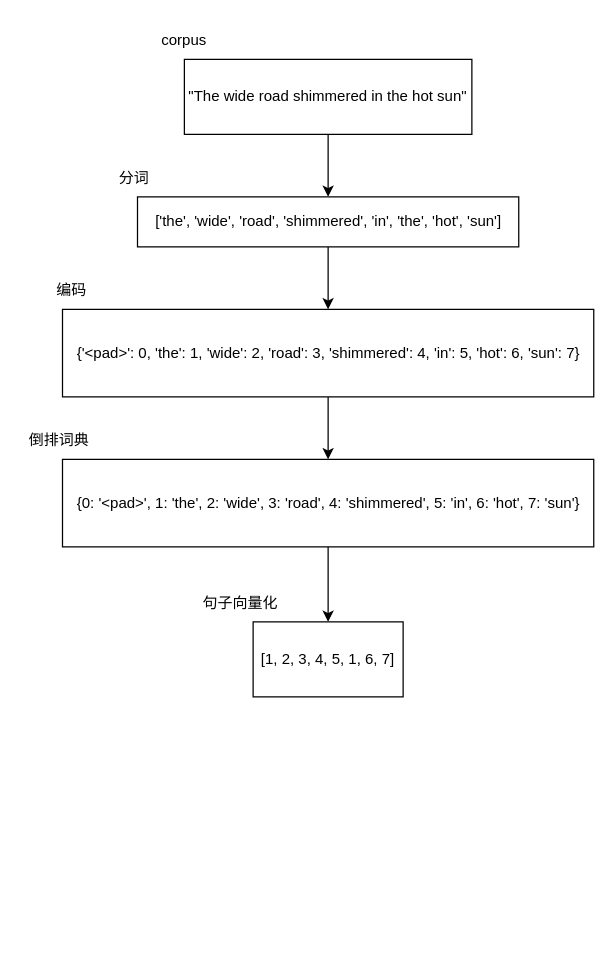
TzeSing/draw_io keeps this draw.io diagram as skipgram.drawio. Above is the earlier version. Source tidied: cells renumbered, new cells numbered last; positions are measured from the earlier drawing's top-left corner, leaving out a move shared by most shapes. Both pictures are drawn from the tidied source at 125%, with x=0, y=0 at pixel (21, 21).
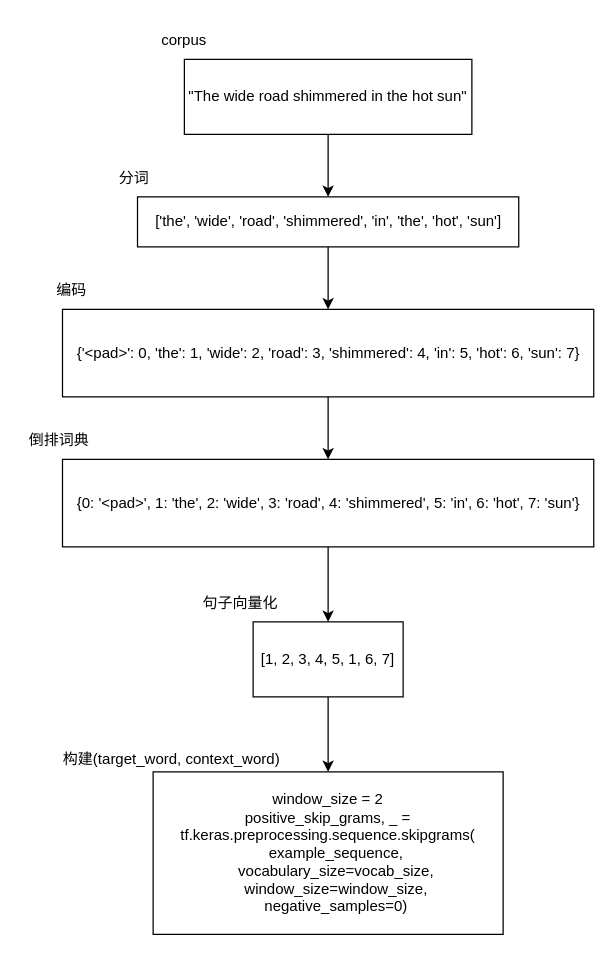
After the change.

Diff of the diagram source:
```diff
@@
 <mxGraphModel>
   <root>
     <mxCell id="0" />
     <mxCell id="1" parent="0" />
     <mxCell id="2" style="edgeStyle=orthogonalEdgeStyle;rounded=0;jettySize=auto;html=1;exitX=0.5;exitY=1;exitDx=0;exitDy=0;" parent="1" edge="1" source="3" target="6">
       <mxGeometry relative="1" as="geometry" />
     </mxCell>
     <mxCell id="3" value="&quot;The wide road shimmered in the hot sun&quot;" style="rounded=0;whiteSpace=wrap;html=1;" parent="1" vertex="1">
       <mxGeometry x="130" y="30" width="230" height="60" as="geometry" />
     </mxCell>
     <mxCell id="4" value="corpus" style="text;html=1;strokeColor=none;fillColor=none;align=center;verticalAlign=middle;whiteSpace=wrap;rounded=0;" parent="1" vertex="1">
       <mxGeometry x="100" width="60" height="30" as="geometry" />
     </mxCell>
     <mxCell id="5" style="edgeStyle=orthogonalEdgeStyle;rounded=0;jettySize=auto;html=1;exitX=0.5;exitY=1;exitDx=0;exitDy=0;" parent="1" edge="1" source="6" target="9">
       <mxGeometry relative="1" as="geometry" />
     </mxCell>
     <mxCell id="6" value="['the', 'wide', 'road', 'shimmered', 'in', 'the', 'hot', 'sun']" style="rounded=0;whiteSpace=wrap;html=1;" parent="1" vertex="1">
       <mxGeometry x="92.5" y="140" width="305" height="40" as="geometry" />
     </mxCell>
     <mxCell id="7" value="分词" style="text;html=1;strokeColor=none;fillColor=none;align=center;verticalAlign=middle;whiteSpace=wrap;rounded=0;" parent="1" vertex="1">
       <mxGeometry x="60" y="110" width="60" height="30" as="geometry" />
     </mxCell>
     <mxCell id="8" style="edgeStyle=orthogonalEdgeStyle;rounded=0;jettySize=auto;html=1;exitX=0.5;exitY=1;exitDx=0;exitDy=0;entryX=0.5;entryY=0;entryDx=0;entryDy=0;" parent="1" edge="1" source="9" target="12">
       <mxGeometry relative="1" as="geometry" />
     </mxCell>
     <mxCell id="9" value="{'&amp;lt;pad&amp;gt;': 0, 'the': 1, 'wide': 2, 'road': 3, 'shimmered': 4, 'in': 5, 'hot': 6, 'sun': 7}" style="rounded=0;whiteSpace=wrap;html=1;" parent="1" vertex="1">
       <mxGeometry x="32.5" y="230" width="425" height="70" as="geometry" />
     </mxCell>
     <mxCell id="10" value="编码" style="text;html=1;strokeColor=none;fillColor=none;align=center;verticalAlign=middle;whiteSpace=wrap;rounded=0;" parent="1" vertex="1">
       <mxGeometry x="10" y="200" width="60" height="30" as="geometry" />
     </mxCell>
     <mxCell id="11" style="edgeStyle=orthogonalEdgeStyle;rounded=0;jettySize=auto;html=1;exitX=0.5;exitY=1;exitDx=0;exitDy=0;entryX=0.5;entryY=0;entryDx=0;entryDy=0;" parent="1" edge="1" source="12" target="14">
       <mxGeometry relative="1" as="geometry" />
     </mxCell>
     <mxCell id="12" value="{0: '&amp;lt;pad&amp;gt;', 1: 'the', 2: 'wide', 3: 'road', 4: 'shimmered', 5: 'in', 6: 'hot', 7: 'sun'}" style="rounded=0;whiteSpace=wrap;html=1;" parent="1" vertex="1">
       <mxGeometry x="32.5" y="350" width="425" height="70" as="geometry" />
     </mxCell>
     <mxCell id="13" value="倒排词典" style="text;html=1;strokeColor=none;fillColor=none;align=center;verticalAlign=middle;whiteSpace=wrap;rounded=0;" parent="1" vertex="1">
       <mxGeometry y="320" width="60" height="30" as="geometry" />
     </mxCell>
+    <mxCell id="16" style="edgeStyle=orthogonalEdgeStyle;rounded=0;jettySize=auto;html=1;exitX=0.5;exitY=1;exitDx=0;exitDy=0;entryX=0.5;entryY=0;entryDx=0;entryDy=0;" parent="1" edge="1" source="14" target="17">
+      <mxGeometry relative="1" as="geometry" />
+    </mxCell>
     <mxCell id="14" value="[1, 2, 3, 4, 5, 1, 6, 7]" style="rounded=0;whiteSpace=wrap;html=1;" parent="1" vertex="1">
       <mxGeometry x="185" y="480" width="120" height="60" as="geometry" />
     </mxCell>
     <mxCell id="15" value="句子向量化" style="text;html=1;strokeColor=none;fillColor=none;align=center;verticalAlign=middle;whiteSpace=wrap;rounded=0;" parent="1" vertex="1">
       <mxGeometry x="140" y="450" width="70" height="30" as="geometry" />
     </mxCell>
+    <mxCell id="17" value="&lt;div&gt;window_size = 2&lt;/div&gt;&lt;div&gt;positive_skip_grams, _ = tf.keras.preprocessing.sequence.skipgrams(&lt;/div&gt;&lt;div&gt;&amp;nbsp; &amp;nbsp; example_sequence,&lt;/div&gt;&lt;div&gt;&amp;nbsp; &amp;nbsp; vocabulary_size=vocab_size,&lt;/div&gt;&lt;div&gt;&amp;nbsp; &amp;nbsp; window_size=window_size,&lt;/div&gt;&lt;div&gt;&amp;nbsp; &amp;nbsp; negative_samples=0)&lt;/div&gt;" style="rounded=0;whiteSpace=wrap;html=1;" parent="1" vertex="1">
+      <mxGeometry x="105" y="600" width="280" height="130" as="geometry" />
+    </mxCell>
+    <mxCell id="18" value="构建(target_word, context_word)" style="text;html=1;strokeColor=none;fillColor=none;align=center;verticalAlign=middle;whiteSpace=wrap;rounded=0;" parent="1" vertex="1">
+      <mxGeometry x="30" y="580" width="180" height="20" as="geometry" />
+    </mxCell>
   </root>
 </mxGraphModel>
```
